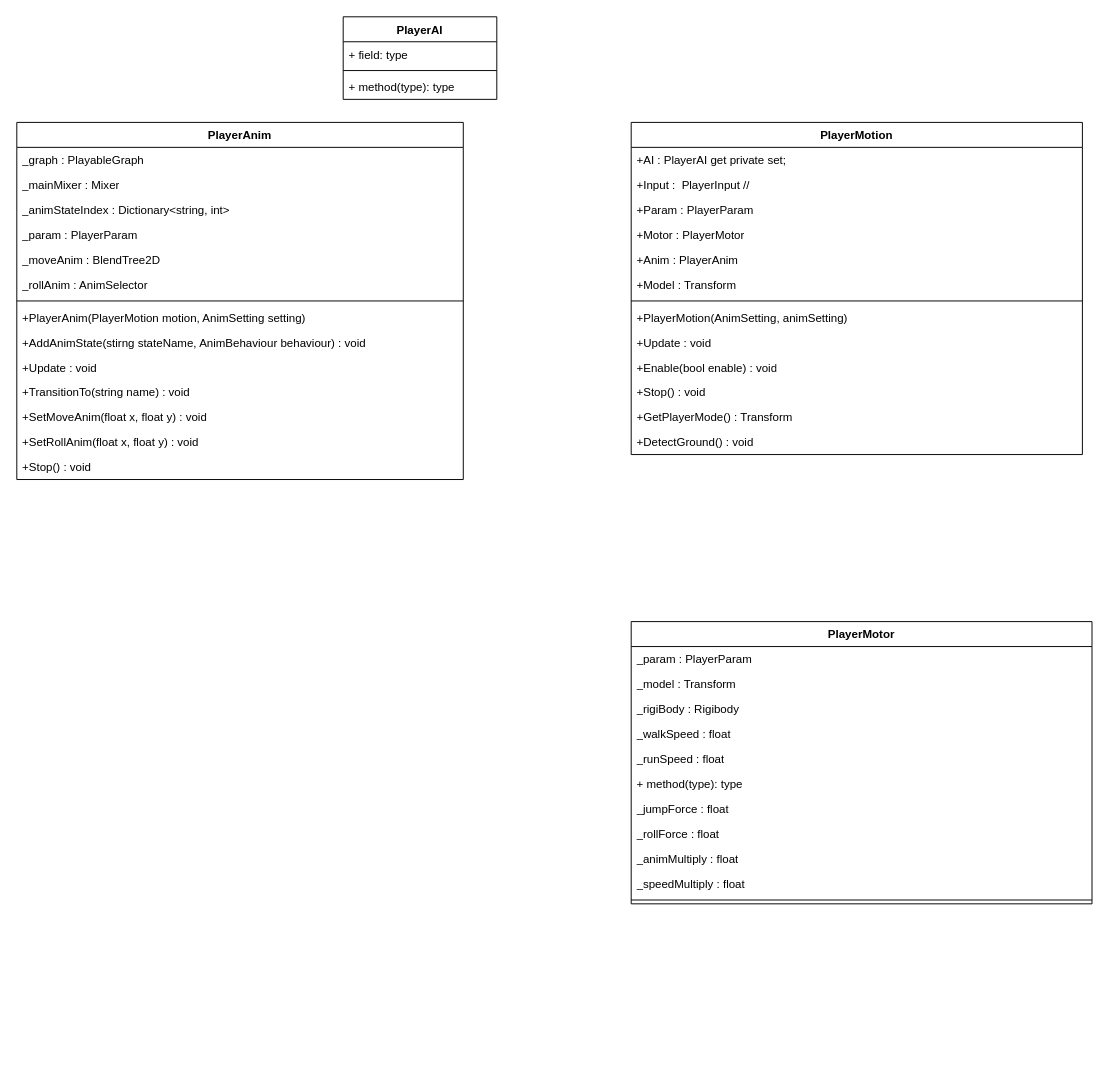
QAQSly/QAQSly keeps this draw.io diagram as Motion.drawio. Above is the earlier version. Source tidied: cells renumbered, new cells numbered last; positions are measured from the earlier drawing's top-left corner, leaving out a move shared by most shapes. Both pictures are drawn from the tidied source at 96%, with x=0, y=0 at pixel (16, 16).
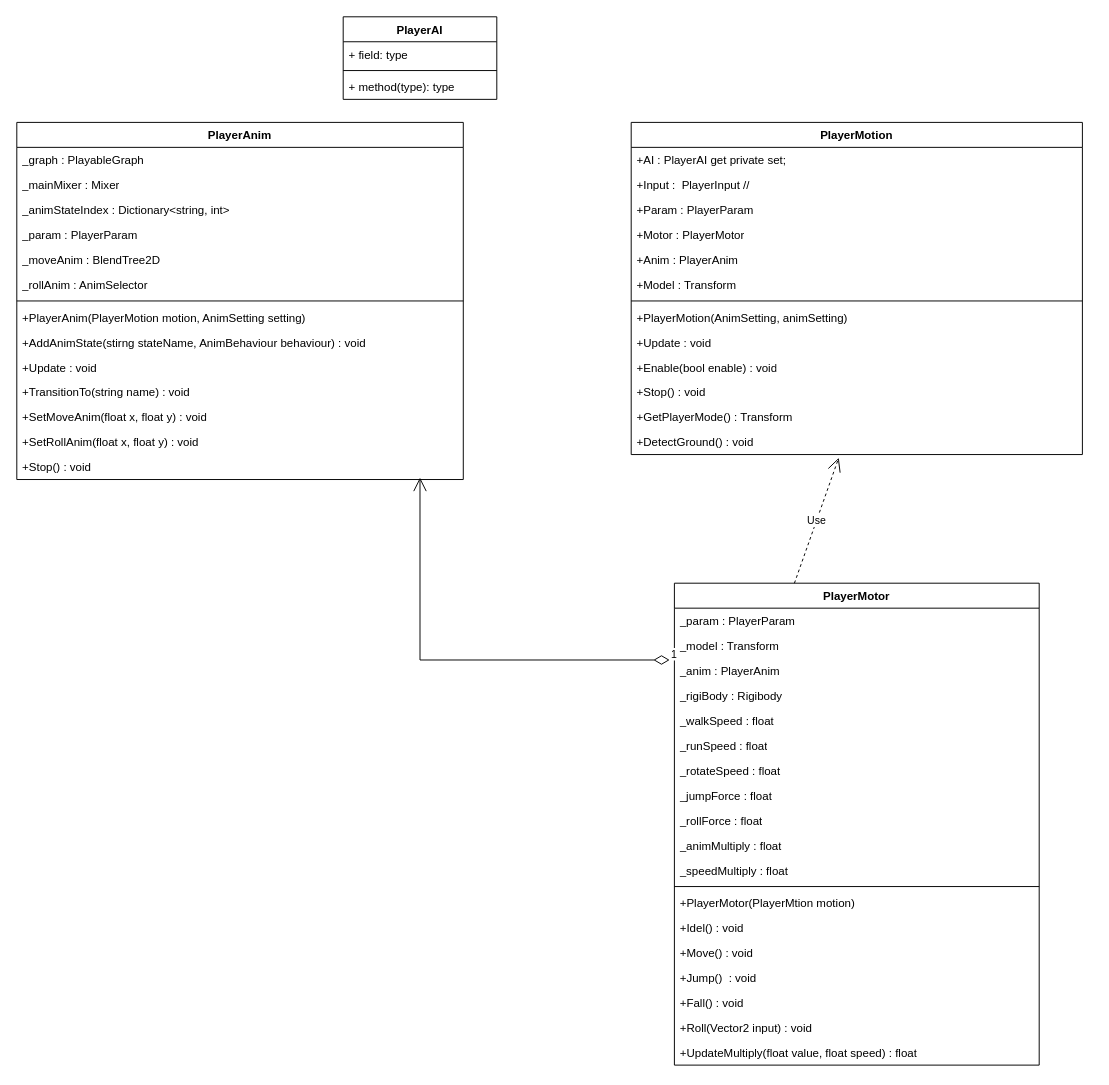
After the change.

Unchanged cells that the change refers to:
```xml
<mxCell id="16" value="+Stop() : void" style="text;strokeColor=none;fillColor=none;align=left;verticalAlign=top;spacingLeft=4;spacingRight=4;overflow=hidden;points=[[0,0.5],[1,0.5]];portConstraint=eastwest;whiteSpace=wrap;html=1;" parent="2" vertex="1">
  <mxGeometry y="346" width="465.1" height="26" as="geometry" />
</mxCell>
<mxCell id="34" value="+DetectGround() : void" style="text;strokeColor=none;fillColor=none;align=left;verticalAlign=top;spacingLeft=4;spacingRight=4;overflow=hidden;points=[[0,0.5],[1,0.5]];portConstraint=eastwest;whiteSpace=wrap;html=1;" parent="21" vertex="1">
  <mxGeometry y="320" width="470" height="26" as="geometry" />
</mxCell>
```

Change to the diagram source:
```diff
@@
     <mxCell id="35" value="PlayerMotor" style="swimlane;fontStyle=1;align=center;verticalAlign=top;horizontal=1;startSize=26;whiteSpace=wrap;html=1;" parent="1" vertex="1">
-      <mxGeometry x="640" y="630" width="480" height="294" as="geometry" />
+      <mxGeometry x="685" y="590" width="380" height="502" as="geometry" />
     </mxCell>
     <mxCell id="36" value="_param : PlayerParam" style="text;strokeColor=none;fillColor=none;align=left;verticalAlign=top;spacingLeft=4;spacingRight=4;overflow=hidden;whiteSpace=wrap;html=1;" parent="35" vertex="1">
-      <mxGeometry y="26" width="480" height="26" as="geometry" />
+      <mxGeometry y="26" width="380" height="26" as="geometry" />
     </mxCell>
     <mxCell id="37" value="_model : Transform" style="text;strokeColor=none;fillColor=none;align=left;verticalAlign=top;spacingLeft=4;spacingRight=4;overflow=hidden;whiteSpace=wrap;html=1;" parent="35" vertex="1">
-      <mxGeometry y="52" width="480" height="26" as="geometry" />
+      <mxGeometry y="52" width="380" height="26" as="geometry" />
     </mxCell>
+    <mxCell id="47" value="_anim : PlayerAnim" style="text;strokeColor=none;fillColor=none;align=left;verticalAlign=top;spacingLeft=4;spacingRight=4;overflow=hidden;points=[[0,0.5],[1,0.5]];portConstraint=eastwest;whiteSpace=wrap;html=1;" parent="35" vertex="1">
+      <mxGeometry y="78" width="380" height="26" as="geometry" />
+    </mxCell>
     <mxCell id="38" value="_rigiBody : Rigibody" style="text;strokeColor=none;fillColor=none;align=left;verticalAlign=top;spacingLeft=4;spacingRight=4;overflow=hidden;whiteSpace=wrap;html=1;" parent="35" vertex="1">
-      <mxGeometry y="78" width="480" height="26" as="geometry" />
+      <mxGeometry y="104" width="380" height="26" as="geometry" />
     </mxCell>
     <mxCell id="39" value="_walkSpeed : float" style="text;strokeColor=none;fillColor=none;align=left;verticalAlign=top;spacingLeft=4;spacingRight=4;overflow=hidden;whiteSpace=wrap;html=1;" parent="35" vertex="1">
-      <mxGeometry y="104" width="480" height="26" as="geometry" />
+      <mxGeometry y="130" width="380" height="26" as="geometry" />
     </mxCell>
     <mxCell id="40" value="_runSpeed : float" style="text;strokeColor=none;fillColor=none;align=left;verticalAlign=top;spacingLeft=4;spacingRight=4;overflow=hidden;whiteSpace=wrap;html=1;" parent="35" vertex="1">
-      <mxGeometry y="130" width="480" height="26" as="geometry" />
+      <mxGeometry y="156" width="380" height="26" as="geometry" />
     </mxCell>
-    <mxCell id="41" value="+ method(type): type" style="text;strokeColor=none;fillColor=none;align=left;verticalAlign=top;spacingLeft=4;spacingRight=4;overflow=hidden;whiteSpace=wrap;html=1;" parent="35" vertex="1">
-      <mxGeometry y="156" width="480" height="26" as="geometry" />
-    </mxCell>
+    <mxCell id="48" value="_rotateSpeed : float" style="text;strokeColor=none;fillColor=none;align=left;verticalAlign=top;spacingLeft=4;spacingRight=4;overflow=hidden;whiteSpace=wrap;html=1;" parent="35" vertex="1">
+      <mxGeometry y="182" width="380" height="26" as="geometry" />
+    </mxCell>
     <mxCell id="42" value="_jumpForce : float" style="text;strokeColor=none;fillColor=none;align=left;verticalAlign=top;spacingLeft=4;spacingRight=4;overflow=hidden;whiteSpace=wrap;html=1;" parent="35" vertex="1">
-      <mxGeometry y="182" width="480" height="26" as="geometry" />
+      <mxGeometry y="208" width="380" height="26" as="geometry" />
     </mxCell>
     <mxCell id="43" value="_rollForce : float" style="text;strokeColor=none;fillColor=none;align=left;verticalAlign=top;spacingLeft=4;spacingRight=4;overflow=hidden;whiteSpace=wrap;html=1;" parent="35" vertex="1">
-      <mxGeometry y="208" width="480" height="26" as="geometry" />
+      <mxGeometry y="234" width="380" height="26" as="geometry" />
     </mxCell>
     <mxCell id="44" value="_animMultiply : float" style="text;strokeColor=none;fillColor=none;align=left;verticalAlign=top;spacingLeft=4;spacingRight=4;overflow=hidden;whiteSpace=wrap;html=1;" parent="35" vertex="1">
-      <mxGeometry y="234" width="480" height="26" as="geometry" />
+      <mxGeometry y="260" width="380" height="26" as="geometry" />
     </mxCell>
     <mxCell id="45" value="_speedMultiply : float" style="text;strokeColor=none;fillColor=none;align=left;verticalAlign=top;spacingLeft=4;spacingRight=4;overflow=hidden;whiteSpace=wrap;html=1;" parent="35" vertex="1">
-      <mxGeometry y="260" width="480" height="26" as="geometry" />
+      <mxGeometry y="286" width="380" height="26" as="geometry" />
     </mxCell>
-    <mxCell id="46" style="line;strokeWidth=1;fillColor=none;align=left;verticalAlign=middle;spacingTop=-1;spacingLeft=3;spacingRight=3;labelPosition=right;strokeColor=inherit;" parent="35" vertex="1">
-      <mxGeometry y="286" width="480" height="8" as="geometry" />
-    </mxCell>
+    <mxCell id="49" style="line;strokeWidth=1;fillColor=none;align=left;verticalAlign=middle;spacingTop=-1;spacingLeft=3;spacingRight=3;labelPosition=right;strokeColor=inherit;" parent="35" vertex="1">
+      <mxGeometry y="312" width="380" height="8" as="geometry" />
+    </mxCell>
+    <mxCell id="50" value="+PlayerMotor(PlayerMtion motion)&amp;nbsp;" style="text;strokeColor=none;fillColor=none;align=left;verticalAlign=top;spacingLeft=4;spacingRight=4;overflow=hidden;whiteSpace=wrap;html=1;" parent="35" vertex="1">
+      <mxGeometry y="320" width="380" height="26" as="geometry" />
+    </mxCell>
+    <mxCell id="51" value="+Idel() : void" style="text;strokeColor=none;fillColor=none;align=left;verticalAlign=top;spacingLeft=4;spacingRight=4;overflow=hidden;whiteSpace=wrap;html=1;" parent="35" vertex="1">
+      <mxGeometry y="346" width="380" height="26" as="geometry" />
+    </mxCell>
+    <mxCell id="52" value="+Move() : void" style="text;strokeColor=none;fillColor=none;align=left;verticalAlign=top;spacingLeft=4;spacingRight=4;overflow=hidden;whiteSpace=wrap;html=1;" parent="35" vertex="1">
+      <mxGeometry y="372" width="380" height="26" as="geometry" />
+    </mxCell>
+    <mxCell id="53" value="+Jump()&amp;nbsp; : void" style="text;strokeColor=none;fillColor=none;align=left;verticalAlign=top;spacingLeft=4;spacingRight=4;overflow=hidden;whiteSpace=wrap;html=1;" parent="35" vertex="1">
+      <mxGeometry y="398" width="380" height="26" as="geometry" />
+    </mxCell>
+    <mxCell id="54" value="+Fall() : void" style="text;strokeColor=none;fillColor=none;align=left;verticalAlign=top;spacingLeft=4;spacingRight=4;overflow=hidden;whiteSpace=wrap;html=1;" parent="35" vertex="1">
+      <mxGeometry y="424" width="380" height="26" as="geometry" />
+    </mxCell>
+    <mxCell id="55" value="+Roll(Vector2 input) : void" style="text;strokeColor=none;fillColor=none;align=left;verticalAlign=top;spacingLeft=4;spacingRight=4;overflow=hidden;whiteSpace=wrap;html=1;" parent="35" vertex="1">
+      <mxGeometry y="450" width="380" height="26" as="geometry" />
+    </mxCell>
+    <mxCell id="56" value="+UpdateMultiply(float value, float speed) : float" style="text;strokeColor=none;fillColor=none;align=left;verticalAlign=top;spacingLeft=4;spacingRight=4;overflow=hidden;whiteSpace=wrap;html=1;" parent="35" vertex="1">
+      <mxGeometry y="476" width="380" height="26" as="geometry" />
+    </mxCell>
+    <mxCell id="57" value="1" style="endArrow=open;html=1;endSize=12;startArrow=diamondThin;startSize=14;startFill=0;edgeStyle=orthogonalEdgeStyle;align=left;verticalAlign=bottom;rounded=0;entryX=0.903;entryY=0.923;entryDx=0;entryDy=0;entryPerimeter=0;exitX=-0.013;exitY=0.077;exitDx=0;exitDy=0;exitPerimeter=0;" parent="1" edge="1" source="47" target="16">
+      <mxGeometry x="-1" y="3" relative="1" as="geometry">
+        <Array as="points">
+          <mxPoint x="420" y="670" />
+        </Array>
+      </mxGeometry>
+    </mxCell>
+    <mxCell id="58" value="Use" style="endArrow=open;endSize=12;dashed=1;html=1;rounded=0;entryX=0.46;entryY=1.131;entryDx=0;entryDy=0;entryPerimeter=0;exitX=0.329;exitY=0;exitDx=0;exitDy=0;exitPerimeter=0;" parent="1" edge="1" source="35" target="34">
+      <mxGeometry relative="1" as="geometry" />
+    </mxCell>
```
